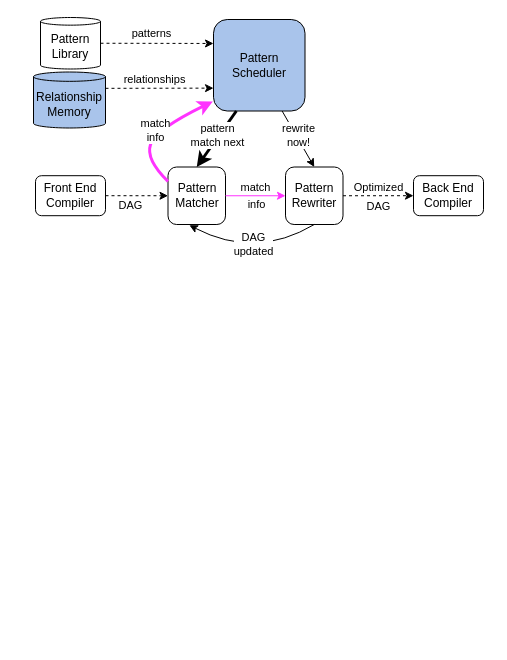
Before: 未命名绘图.drawio in RosaryXiang/draw, a draw.io diagram. Source tidied: cells renumbered, new cells numbered last; positions are measured from the earlier drawing's top-left corner, leaving out a move shared by most shapes. Both pictures are drawn from the tidied source at 100%, with x=0, y=0 at pixel (33, 17).
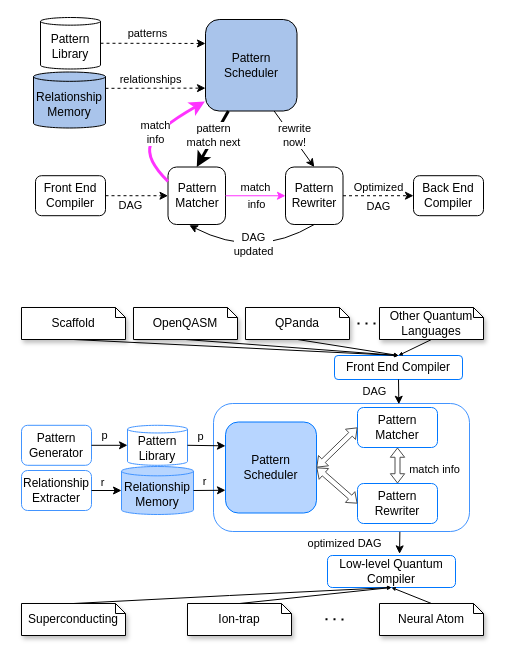
The same diagram, later.

Commit message:
更新未命名绘图.drawio

Diff of the diagram source:
```diff
@@
+    <mxCell id="29" style="rounded=1;whiteSpace=wrap;html=1;fillColor=none;strokeColor=#4294FF;" parent="1" vertex="1">
+      <mxGeometry x="180" y="386" width="256" height="128" as="geometry" />
+    </mxCell>
     <mxCell id="2" value="Pattern&lt;br&gt;Scheduler" style="whiteSpace=wrap;html=1;fillColor=#A9C4EB;rounded=1;" parent="1" vertex="1">
-      <mxGeometry x="180" y="2" width="91.5" height="91.5" as="geometry" />
+      <mxGeometry x="172" y="2" width="91.5" height="91.5" as="geometry" />
     </mxCell>
@@
+    <mxCell id="30" value="Other Quantum&lt;br&gt;Languages" style="shape=note;size=10;whiteSpace=wrap;html=1;shadow=1;" parent="1" vertex="1">
+      <mxGeometry x="346" y="290" width="104" height="32" as="geometry" />
+    </mxCell>
+    <mxCell id="31" value="OpenQASM" style="shape=note;size=10;whiteSpace=wrap;html=1;shadow=1;" parent="1" vertex="1">
+      <mxGeometry x="100" y="290" width="104" height="32" as="geometry" />
+    </mxCell>
+    <mxCell id="32" value="Scaffold" style="shape=note;size=10;whiteSpace=wrap;html=1;shadow=1;" parent="1" vertex="1">
+      <mxGeometry x="-12" y="290" width="104" height="32" as="geometry" />
+    </mxCell>
+    <mxCell id="33" value="QPanda" style="shape=note;size=10;whiteSpace=wrap;html=1;shadow=1;" parent="1" vertex="1">
+      <mxGeometry x="212" y="290" width="104" height="32" as="geometry" />
+    </mxCell>
+    <mxCell id="34" value="Front End Compiler" style="rounded=1;whiteSpace=wrap;html=1;strokeColor=#0077FF;" parent="1" vertex="1">
+      <mxGeometry x="301" y="338" width="128" height="24" as="geometry" />
+    </mxCell>
+    <mxCell id="35" style="endArrow=classic;html=1;rounded=0;exitX=0.5;exitY=1;exitDx=0;exitDy=0;exitPerimeter=0;entryX=0.5;entryY=0;entryDx=0;entryDy=0;endSize=2;" parent="1" edge="1" source="32" target="34">
+      <mxGeometry relative="1" as="geometry" />
+    </mxCell>
+    <mxCell id="36" style="endArrow=classic;html=1;rounded=0;exitX=0.5;exitY=1;exitDx=0;exitDy=0;exitPerimeter=0;entryX=0.5;entryY=0;entryDx=0;entryDy=0;endSize=2;" parent="1" edge="1" source="31" target="34">
+      <mxGeometry relative="1" as="geometry" />
+    </mxCell>
+    <mxCell id="37" style="endArrow=classic;html=1;rounded=0;exitX=0.5;exitY=1;exitDx=0;exitDy=0;exitPerimeter=0;endSize=2;entryX=0.5;entryY=0;entryDx=0;entryDy=0;" parent="1" edge="1" source="33" target="34">
+      <mxGeometry relative="1" as="geometry" />
+    </mxCell>
+    <mxCell id="38" style="endArrow=classic;html=1;rounded=0;exitX=0.5;exitY=1;exitDx=0;exitDy=0;exitPerimeter=0;endSize=2;entryX=0.5;entryY=0;entryDx=0;entryDy=0;" parent="1" edge="1" source="30" target="34">
+      <mxGeometry relative="1" as="geometry" />
+    </mxCell>
+    <mxCell id="39" style="endArrow=none;dashed=1;html=1;dashPattern=1 3;strokeWidth=2;rounded=0;entryX=0.019;entryY=0.5;entryDx=0;entryDy=0;entryPerimeter=0;" parent="1" edge="1" target="30">
+      <mxGeometry relative="1" as="geometry">
+        <mxPoint x="324" y="306" as="sourcePoint" />
+      </mxGeometry>
+    </mxCell>
+    <mxCell id="40" value="Pattern &lt;br&gt;Matcher" style="rounded=1;whiteSpace=wrap;html=1;strokeColor=#0077FF;" parent="1" vertex="1">
+      <mxGeometry x="324" y="390" width="80" height="40" as="geometry" />
+    </mxCell>
+    <mxCell id="41" value="Pattern &lt;br&gt;Rewriter" style="rounded=1;whiteSpace=wrap;html=1;strokeColor=#0077FF;" parent="1" vertex="1">
+      <mxGeometry x="324" y="466" width="80" height="40" as="geometry" />
+    </mxCell>
+    <mxCell id="42" value="Pattern&lt;br&gt;Scheduler" style="whiteSpace=wrap;html=1;fillColor=#B7D5FF;rounded=1;arcSize=14;strokeColor=#0077FF;" parent="1" vertex="1">
+      <mxGeometry x="192" y="404.5" width="91" height="91" as="geometry" />
+    </mxCell>
+    <mxCell id="43" value="Relationship&lt;br&gt;Memory" style="shape=cylinder3;whiteSpace=wrap;html=1;boundedLbl=1;backgroundOutline=1;size=4.666656494140625;fillColor=#B7D5FF;strokeColor=#4294FF;" parent="1" vertex="1">
+      <mxGeometry x="88" y="449" width="72" height="48" as="geometry" />
+    </mxCell>
+    <mxCell id="44" style="endArrow=classic;html=1;rounded=0;entryX=0;entryY=0.75;entryDx=0;entryDy=0;exitX=1;exitY=0.5;exitDx=0;exitDy=0;exitPerimeter=0;endSize=6;" parent="1" edge="1" source="43" target="42">
+      <mxGeometry relative="1" as="geometry" />
+    </mxCell>
+    <mxCell id="45" value="r" style="edgeLabel;html=1;align=center;verticalAlign=middle;rotation=0;" parent="44" vertex="1">
+      <mxGeometry relative="1" as="geometry">
+        <mxPoint x="-5" y="-9" as="offset" />
+      </mxGeometry>
+    </mxCell>
+    <mxCell id="46" value="Pattern&lt;br&gt;Library" style="shape=cylinder3;whiteSpace=wrap;html=1;boundedLbl=1;backgroundOutline=1;size=3.833343505859375;strokeColor=#4294FF;" parent="1" vertex="1">
+      <mxGeometry x="94" y="407.8" width="60" height="40" as="geometry" />
+    </mxCell>
+    <mxCell id="47" style="endArrow=classic;html=1;rounded=0;exitX=1;exitY=0.5;exitDx=0;exitDy=0;exitPerimeter=0;entryX=0;entryY=0.262;entryDx=0;entryDy=0;entryPerimeter=0;endSize=6;" parent="1" edge="1" source="46" target="42">
+      <mxGeometry relative="1" as="geometry" />
+    </mxCell>
+    <mxCell id="48" value="p" style="edgeLabel;html=1;align=center;verticalAlign=middle;rotation=0;" parent="47" vertex="1">
+      <mxGeometry relative="1" as="geometry">
+        <mxPoint x="-6" y="-10" as="offset" />
+      </mxGeometry>
+    </mxCell>
+    <mxCell id="49" value="match info" style="edgeLabel;html=1;align=center;verticalAlign=middle;" parent="1" vertex="1">
+      <mxGeometry x="396" y="450" as="geometry">
+        <mxPoint x="4" y="1" as="offset" />
+      </mxGeometry>
+    </mxCell>
+    <mxCell id="50" style="shape=flexArrow;endArrow=classic;startArrow=classic;html=1;rounded=0;width=5;endSize=2.7583333333333333;startWidth=8.333333333333334;startSize=2.7583333333333333;endWidth=8.333333333333334;entryX=1;entryY=0.5;entryDx=0;entryDy=0;exitX=0;exitY=0.5;exitDx=0;exitDy=0;strokeColor=#4D4D4D;" parent="1" edge="1" source="41" target="42">
+      <mxGeometry relative="1" as="geometry" />
+    </mxCell>
+    <mxCell id="51" style="shape=flexArrow;endArrow=classic;startArrow=classic;html=1;rounded=0;width=5;endSize=2.7583333333333333;startWidth=8.333333333333334;startSize=2.7583333333333333;endWidth=8.333333333333334;entryX=1;entryY=0.5;entryDx=0;entryDy=0;exitX=0;exitY=0.5;exitDx=0;exitDy=0;fontColor=#B7D5FF;strokeColor=#4D4D4D;" parent="1" edge="1" source="40" target="42">
+      <mxGeometry relative="1" as="geometry" />
+    </mxCell>
+    <mxCell id="52" style="shape=flexArrow;endArrow=classic;startArrow=classic;html=1;rounded=0;width=5;endSize=2.7583333333333333;startWidth=8.333333333333334;startSize=2.7583333333333333;endWidth=8.333333333333334;entryX=0.5;entryY=0;entryDx=0;entryDy=0;exitX=0.5;exitY=1;exitDx=0;exitDy=0;strokeColor=#4D4D4D;" parent="1" edge="1" source="40" target="41">
+      <mxGeometry relative="1" as="geometry" />
+    </mxCell>
+    <mxCell id="53" value="Pattern&lt;br&gt;Generator" style="rounded=1;whiteSpace=wrap;html=1;strokeColor=#4294FF;" parent="1" vertex="1">
+      <mxGeometry x="-12" y="407.8" width="70" height="40" as="geometry" />
+    </mxCell>
+    <mxCell id="54" value="Relationship&lt;br&gt;Extracter" style="rounded=1;whiteSpace=wrap;html=1;strokeColor=#4294FF;" parent="1" vertex="1">
+      <mxGeometry x="-12" y="453" width="70" height="40" as="geometry" />
+    </mxCell>
+    <mxCell id="55" style="endArrow=classic;html=1;rounded=0;exitX=1;exitY=0.5;exitDx=0;exitDy=0;entryX=0;entryY=0.5;entryDx=0;entryDy=0;entryPerimeter=0;endSize=6;" parent="1" edge="1" source="53" target="46">
+      <mxGeometry relative="1" as="geometry" />
+    </mxCell>
+    <mxCell id="56" value="p" style="edgeLabel;html=1;align=center;verticalAlign=middle;rotation=0;" parent="55" vertex="1">
+      <mxGeometry relative="1" as="geometry">
+        <mxPoint x="-6" y="-10" as="offset" />
+      </mxGeometry>
+    </mxCell>
+    <mxCell id="57" style="endArrow=classic;html=1;rounded=0;entryX=0;entryY=0.5;entryDx=0;entryDy=0;exitX=1;exitY=0.5;exitDx=0;exitDy=0;endSize=6;entryPerimeter=0;" parent="1" edge="1" source="54" target="43">
+      <mxGeometry relative="1" as="geometry" />
+    </mxCell>
+    <mxCell id="58" value="r" style="edgeLabel;html=1;align=center;verticalAlign=middle;rotation=0;" parent="57" vertex="1">
+      <mxGeometry relative="1" as="geometry">
+        <mxPoint x="-5" y="-9" as="offset" />
+      </mxGeometry>
+    </mxCell>
+    <mxCell id="59" value="Low-level Quantum Compiler" style="rounded=1;whiteSpace=wrap;html=1;strokeColor=#0077FF;" parent="1" vertex="1">
+      <mxGeometry x="294" y="538" width="128" height="32" as="geometry" />
+    </mxCell>
+    <mxCell id="60" style="endArrow=classic;html=1;rounded=0;entryX=0.563;entryY=-0.051;entryDx=0;entryDy=0;entryPerimeter=0;exitX=0.728;exitY=1.003;exitDx=0;exitDy=0;exitPerimeter=0;" parent="1" edge="1" source="29" target="59">
+      <mxGeometry relative="1" as="geometry" />
+    </mxCell>
+    <mxCell id="61" value="optimized&amp;nbsp;DAG" style="edgeLabel;html=1;align=center;verticalAlign=middle;spacingBottom=7;" parent="60" vertex="1">
+      <mxGeometry relative="1" as="geometry">
+        <mxPoint x="-56" y="4" as="offset" />
+      </mxGeometry>
+    </mxCell>
+    <mxCell id="62" style="endArrow=classic;html=1;rounded=0;exitX=0.5;exitY=1;exitDx=0;exitDy=0;entryX=0.724;entryY=0.006;entryDx=0;entryDy=0;entryPerimeter=0;" parent="1" edge="1" source="34" target="29">
+      <mxGeometry relative="1" as="geometry" />
+    </mxCell>
+    <mxCell id="63" value="DAG" style="edgeLabel;html=1;align=center;verticalAlign=middle;" parent="62" vertex="1">
+      <mxGeometry relative="1" as="geometry">
+        <mxPoint x="-25" as="offset" />
+      </mxGeometry>
+    </mxCell>
+    <mxCell id="64" value="Superconducting" style="shape=note;size=10;whiteSpace=wrap;html=1;shadow=1;" parent="1" vertex="1">
+      <mxGeometry x="-12" y="586" width="104" height="32" as="geometry" />
+    </mxCell>
+    <mxCell id="65" value="Neural Atom" style="shape=note;size=10;whiteSpace=wrap;html=1;shadow=1;" parent="1" vertex="1">
+      <mxGeometry x="346" y="586" width="104" height="32" as="geometry" />
+    </mxCell>
+    <mxCell id="66" value="Ion-trap" style="shape=note;size=10;whiteSpace=wrap;html=1;shadow=1;" parent="1" vertex="1">
+      <mxGeometry x="154" y="586" width="104" height="32" as="geometry" />
+    </mxCell>
+    <mxCell id="67" style="endArrow=classic;html=1;rounded=0;exitX=0.5;exitY=0;exitDx=0;exitDy=0;exitPerimeter=0;entryX=0.5;entryY=1;entryDx=0;entryDy=0;endSize=2;" parent="1" edge="1" source="64" target="59">
+      <mxGeometry relative="1" as="geometry">
+        <Array as="points">
+          <mxPoint x="196" y="578" />
+        </Array>
+      </mxGeometry>
+    </mxCell>
+    <mxCell id="68" style="endArrow=classic;html=1;rounded=0;exitX=0.5;exitY=0;exitDx=0;exitDy=0;exitPerimeter=0;entryX=0.5;entryY=1;entryDx=0;entryDy=0;endSize=2;" parent="1" edge="1" source="66" target="59">
+      <mxGeometry relative="1" as="geometry" />
+    </mxCell>
+    <mxCell id="69" style="endArrow=classic;html=1;rounded=0;exitX=0.5;exitY=0;exitDx=0;exitDy=0;exitPerimeter=0;entryX=0.5;entryY=1;entryDx=0;entryDy=0;endSize=2;" parent="1" edge="1" source="65" target="59">
+      <mxGeometry relative="1" as="geometry" />
+    </mxCell>
+    <mxCell id="70" style="endArrow=none;dashed=1;html=1;dashPattern=1 3;strokeWidth=2;rounded=0;" parent="1" edge="1">
+      <mxGeometry relative="1" as="geometry">
+        <mxPoint x="292" y="601.7" as="sourcePoint" />
+        <mxPoint x="316" y="602" as="targetPoint" />
+      </mxGeometry>
+    </mxCell>
```
